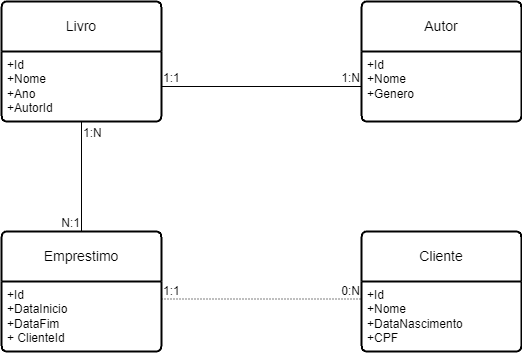
Before: lista9/EntitiesDiagram.drawio.png, a diagram exported from draw.io (phbrugnolo/software-architecture). Source tidied: cells renumbered, new cells last; positions are measured from the earlier drawing's top-left corner, leaving out a move shared by most shapes. Source of this version:
```xml
<mxGraphModel background="#ffffff">
  <root>
    <mxCell id="0" />
    <mxCell id="1" parent="0" />
    <mxCell id="2" value="Livro" style="swimlane;horizontal=1;startSize=50;rounded=1;fontSize=14;fontStyle=0;strokeWidth=2;shadow=0;dashed=0;align=center;arcSize=4;whiteSpace=wrap;html=1;" parent="1" vertex="1">
      <mxGeometry width="160" height="120" as="geometry" />
    </mxCell>
    <mxCell id="3" value="+Id&lt;br&gt;+Nome&lt;br&gt;+Ano&lt;div&gt;+AutorId&lt;/div&gt;" style="align=left;strokeColor=none;fillColor=none;spacingLeft=4;fontSize=12;verticalAlign=top;html=1;" parent="2" vertex="1">
      <mxGeometry y="50" width="160" height="70" as="geometry" />
    </mxCell>
    <mxCell id="4" value="Autor" style="swimlane;horizontal=1;startSize=50;rounded=1;fontSize=14;fontStyle=0;strokeWidth=2;shadow=0;dashed=0;align=center;arcSize=4;whiteSpace=wrap;html=1;" parent="1" vertex="1">
      <mxGeometry x="360" width="160" height="120" as="geometry" />
    </mxCell>
    <mxCell id="5" value="+Id&lt;br&gt;+Nome&lt;br&gt;+Genero" style="align=left;strokeColor=none;fillColor=none;spacingLeft=4;fontSize=12;verticalAlign=top;html=1;" parent="4" vertex="1">
      <mxGeometry y="50" width="160" height="70" as="geometry" />
    </mxCell>
    <mxCell id="6" value="Emprestimo" style="swimlane;horizontal=1;startSize=50;rounded=1;fontSize=14;fontStyle=0;strokeWidth=2;shadow=0;dashed=0;align=center;arcSize=4;whiteSpace=wrap;html=1;" parent="1" vertex="1">
      <mxGeometry y="230" width="160" height="120" as="geometry" />
    </mxCell>
    <mxCell id="7" value="+Id&lt;br&gt;+DataInicio&lt;br&gt;+DataFim&lt;div&gt;+ ClienteId&lt;br&gt;&lt;div&gt;&lt;br&gt;&lt;/div&gt;&lt;/div&gt;" style="align=left;strokeColor=none;fillColor=none;spacingLeft=4;fontSize=12;verticalAlign=top;html=1;" parent="6" vertex="1">
      <mxGeometry y="50" width="160" height="70" as="geometry" />
    </mxCell>
    <mxCell id="8" style="endArrow=none;html=1;rounded=0;exitX=1;exitY=0.5;exitDx=0;exitDy=0;" parent="1" edge="1" source="3">
      <mxGeometry relative="1" as="geometry">
        <mxPoint x="360" y="85" as="targetPoint" />
      </mxGeometry>
    </mxCell>
    <mxCell id="9" value="1:1" style="html=1;whiteSpace=wrap;align=left;verticalAlign=bottom;" parent="8" vertex="1">
      <mxGeometry x="-1" relative="1" as="geometry" />
    </mxCell>
    <mxCell id="10" value="1:N" style="html=1;whiteSpace=wrap;align=right;verticalAlign=bottom;" parent="8" vertex="1">
      <mxGeometry x="1" relative="1" as="geometry" />
    </mxCell>
    <mxCell id="11" style="endArrow=none;html=1;rounded=0;exitX=0.5;exitY=1;exitDx=0;exitDy=0;entryX=0.5;entryY=0;entryDx=0;entryDy=0;" parent="1" edge="1" source="3" target="6">
      <mxGeometry relative="1" as="geometry" />
    </mxCell>
    <mxCell id="12" value="1:N" style="html=1;whiteSpace=wrap;align=left;verticalAlign=bottom;" parent="11" vertex="1">
      <mxGeometry x="-1" relative="1" as="geometry">
        <mxPoint y="20" as="offset" />
      </mxGeometry>
    </mxCell>
    <mxCell id="13" value="N:1" style="html=1;whiteSpace=wrap;align=right;verticalAlign=bottom;" parent="11" vertex="1">
      <mxGeometry x="1" relative="1" as="geometry" />
    </mxCell>
    <mxCell id="14" value="Cliente" style="swimlane;horizontal=1;startSize=50;rounded=1;fontSize=14;fontStyle=0;strokeWidth=2;shadow=0;dashed=0;align=center;arcSize=4;whiteSpace=wrap;html=1;" parent="1" vertex="1">
      <mxGeometry x="360" y="230" width="160" height="120" as="geometry" />
    </mxCell>
    <mxCell id="15" value="+Id&lt;br&gt;+Nome&lt;br&gt;+DataNascimento&lt;div&gt;+CPF&lt;/div&gt;" style="align=left;strokeColor=none;fillColor=none;spacingLeft=4;fontSize=12;verticalAlign=top;html=1;" parent="14" vertex="1">
      <mxGeometry y="50" width="160" height="70" as="geometry" />
    </mxCell>
    <mxCell id="16" style="endArrow=none;html=1;rounded=0;dashed=1;dashPattern=1 2;entryX=0;entryY=0.25;entryDx=0;entryDy=0;exitX=1;exitY=0.25;exitDx=0;exitDy=0;" parent="1" edge="1" source="7" target="15">
      <mxGeometry relative="1" as="geometry" />
    </mxCell>
    <mxCell id="17" value="1:1" style="html=1;whiteSpace=wrap;align=left;verticalAlign=bottom;" parent="16" vertex="1">
      <mxGeometry x="-1" relative="1" as="geometry" />
    </mxCell>
    <mxCell id="18" value="0:N" style="html=1;whiteSpace=wrap;align=right;verticalAlign=bottom;" parent="16" vertex="1">
      <mxGeometry x="1" relative="1" as="geometry" />
    </mxCell>
  </root>
</mxGraphModel>
```
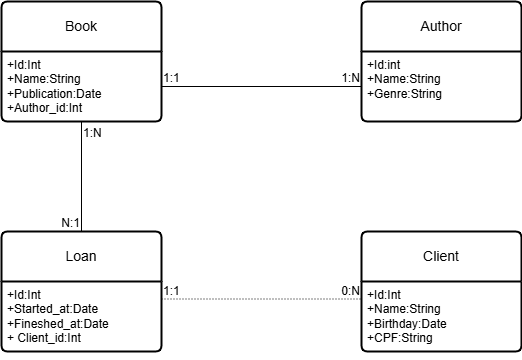
The same file after the commit.

Commit message:
Adequacao do diagrama para o ingles

Diff of the diagram source:
```diff
@@ -2,22 +2,22 @@
   <root>
     <mxCell id="0" />
     <mxCell id="1" parent="0" />
-    <mxCell id="2" value="Livro" style="swimlane;horizontal=1;startSize=50;rounded=1;fontSize=14;fontStyle=0;strokeWidth=2;shadow=0;dashed=0;align=center;arcSize=4;whiteSpace=wrap;html=1;" parent="1" vertex="1">
+    <mxCell id="2" value="Book" style="swimlane;horizontal=1;startSize=50;rounded=1;fontSize=14;fontStyle=0;strokeWidth=2;shadow=0;dashed=0;align=center;arcSize=4;whiteSpace=wrap;html=1;" parent="1" vertex="1">
       <mxGeometry width="160" height="120" as="geometry" />
     </mxCell>
-    <mxCell id="3" value="+Id&lt;br&gt;+Nome&lt;br&gt;+Ano&lt;div&gt;+AutorId&lt;/div&gt;" style="align=left;strokeColor=none;fillColor=none;spacingLeft=4;fontSize=12;verticalAlign=top;html=1;" parent="2" vertex="1">
+    <mxCell id="3" value="+Id:Int&lt;br&gt;+Name:String&lt;br&gt;+Publication:Date&lt;div&gt;+Author_id:Int&lt;/div&gt;" style="align=left;strokeColor=none;fillColor=none;spacingLeft=4;fontSize=12;verticalAlign=top;html=1;" parent="2" vertex="1">
       <mxGeometry y="50" width="160" height="70" as="geometry" />
     </mxCell>
-    <mxCell id="4" value="Autor" style="swimlane;horizontal=1;startSize=50;rounded=1;fontSize=14;fontStyle=0;strokeWidth=2;shadow=0;dashed=0;align=center;arcSize=4;whiteSpace=wrap;html=1;" parent="1" vertex="1">
+    <mxCell id="4" value="Author" style="swimlane;horizontal=1;startSize=50;rounded=1;fontSize=14;fontStyle=0;strokeWidth=2;shadow=0;dashed=0;align=center;arcSize=4;whiteSpace=wrap;html=1;" parent="1" vertex="1">
       <mxGeometry x="360" width="160" height="120" as="geometry" />
     </mxCell>
-    <mxCell id="5" value="+Id&lt;br&gt;+Nome&lt;br&gt;+Genero" style="align=left;strokeColor=none;fillColor=none;spacingLeft=4;fontSize=12;verticalAlign=top;html=1;" parent="4" vertex="1">
+    <mxCell id="5" value="+Id:int&lt;br&gt;+Name:String&lt;br&gt;+Genre:String" style="align=left;strokeColor=none;fillColor=none;spacingLeft=4;fontSize=12;verticalAlign=top;html=1;" parent="4" vertex="1">
       <mxGeometry y="50" width="160" height="70" as="geometry" />
     </mxCell>
-    <mxCell id="6" value="Emprestimo" style="swimlane;horizontal=1;startSize=50;rounded=1;fontSize=14;fontStyle=0;strokeWidth=2;shadow=0;dashed=0;align=center;arcSize=4;whiteSpace=wrap;html=1;" parent="1" vertex="1">
+    <mxCell id="6" value="Loan" style="swimlane;horizontal=1;startSize=50;rounded=1;fontSize=14;fontStyle=0;strokeWidth=2;shadow=0;dashed=0;align=center;arcSize=4;whiteSpace=wrap;html=1;" parent="1" vertex="1">
       <mxGeometry y="230" width="160" height="120" as="geometry" />
     </mxCell>
-    <mxCell id="7" value="+Id&lt;br&gt;+DataInicio&lt;br&gt;+DataFim&lt;div&gt;+ ClienteId&lt;br&gt;&lt;div&gt;&lt;br&gt;&lt;/div&gt;&lt;/div&gt;" style="align=left;strokeColor=none;fillColor=none;spacingLeft=4;fontSize=12;verticalAlign=top;html=1;" parent="6" vertex="1">
+    <mxCell id="7" value="+Id:Int&lt;br&gt;+Started_at:Date&lt;br&gt;+Fineshed_at:Date&lt;div&gt;+ Client_id:Int&lt;br&gt;&lt;div&gt;&lt;br&gt;&lt;/div&gt;&lt;/div&gt;" style="align=left;strokeColor=none;fillColor=none;spacingLeft=4;fontSize=12;verticalAlign=top;html=1;" parent="6" vertex="1">
       <mxGeometry y="50" width="160" height="70" as="geometry" />
     </mxCell>
     <mxCell id="8" style="endArrow=none;html=1;rounded=0;exitX=1;exitY=0.5;exitDx=0;exitDy=0;" parent="1" edge="1" source="3">
@@ -42,10 +42,10 @@
     <mxCell id="13" value="N:1" style="html=1;whiteSpace=wrap;align=right;verticalAlign=bottom;" parent="11" vertex="1">
       <mxGeometry x="1" relative="1" as="geometry" />
     </mxCell>
-    <mxCell id="14" value="Cliente" style="swimlane;horizontal=1;startSize=50;rounded=1;fontSize=14;fontStyle=0;strokeWidth=2;shadow=0;dashed=0;align=center;arcSize=4;whiteSpace=wrap;html=1;" parent="1" vertex="1">
+    <mxCell id="14" value="Client" style="swimlane;horizontal=1;startSize=50;rounded=1;fontSize=14;fontStyle=0;strokeWidth=2;shadow=0;dashed=0;align=center;arcSize=4;whiteSpace=wrap;html=1;" parent="1" vertex="1">
       <mxGeometry x="360" y="230" width="160" height="120" as="geometry" />
     </mxCell>
-    <mxCell id="15" value="+Id&lt;br&gt;+Nome&lt;br&gt;+DataNascimento&lt;div&gt;+CPF&lt;/div&gt;" style="align=left;strokeColor=none;fillColor=none;spacingLeft=4;fontSize=12;verticalAlign=top;html=1;" parent="14" vertex="1">
+    <mxCell id="15" value="+Id:Int&lt;br&gt;+Name:String&lt;br&gt;+Birthday:Date&lt;div&gt;+CPF:String&lt;/div&gt;" style="align=left;strokeColor=none;fillColor=none;spacingLeft=4;fontSize=12;verticalAlign=top;html=1;" parent="14" vertex="1">
       <mxGeometry y="50" width="160" height="70" as="geometry" />
     </mxCell>
     <mxCell id="16" style="endArrow=none;html=1;rounded=0;dashed=1;dashPattern=1 2;entryX=0;entryY=0.25;entryDx=0;entryDy=0;exitX=1;exitY=0.25;exitDx=0;exitDy=0;" parent="1" edge="1" source="7" target="15">
```
